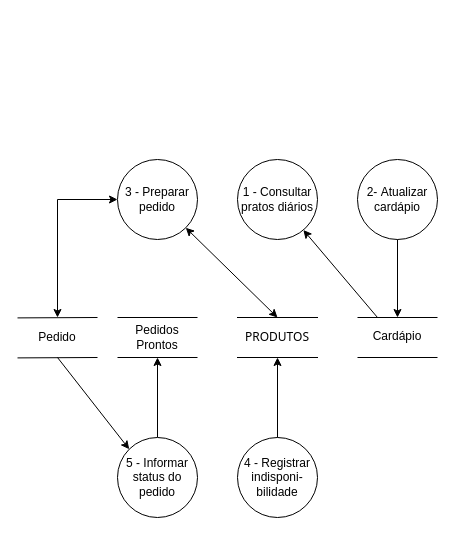
Above: docs/artefatos-15-23/COZINHA/DFD_COZINHA.drawio in Darienzo08/ope_ads (draw.io), before the change. Source tidied: cells renumbered, new cells numbered last; positions are measured from the earlier drawing's top-left corner, leaving out a move shared by most shapes. Both pictures are drawn from the tidied source at 100%, with x=0, y=0 at pixel (17, 159).
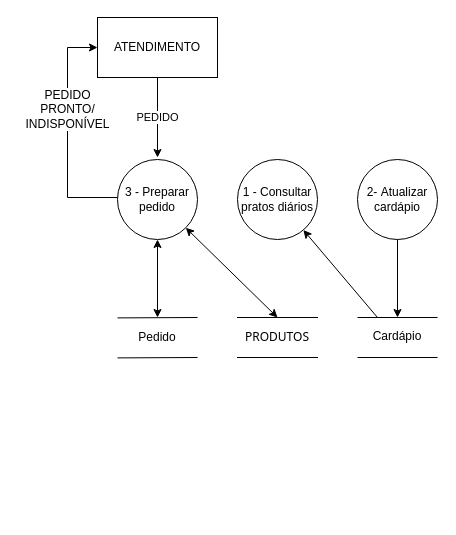
After the change.

Commit message (it also covers changes not shown here):
05.04.2020.financeiro-atendimento-cozinha

Unchanged cells that the change refers to:
```xml
<mxCell id="4" value="3 -&amp;nbsp;Preparar pedido" style="ellipse;whiteSpace=wrap;html=1;" parent="1" vertex="1">
  <mxGeometry x="100" width="80" height="80" as="geometry" />
</mxCell>
<mxCell id="13" value="PRODUTOS" style="shape=partialRectangle;whiteSpace=wrap;html=1;left=0;right=0;fillColor=none;strokeWidth=1;fontFamily=Tahoma;fontSize=12;" parent="1" vertex="1">
  <mxGeometry x="220" y="158" width="80" height="40" as="geometry" />
</mxCell>
```

The edit, as a diff of the source:
```diff
@@
-    <mxCell id="2" value="&lt;div&gt;4 - Registrar&lt;/div&gt;&lt;div&gt;indisponi-&lt;/div&gt;&lt;div&gt;bilidade&lt;br&gt;&lt;/div&gt;" style="ellipse;whiteSpace=wrap;html=1;" parent="1" vertex="1">
-      <mxGeometry x="220" y="278" width="80" height="80" as="geometry" />
-    </mxCell>
-    <mxCell id="3" style="edgeStyle=orthogonalEdgeStyle;rounded=0;jettySize=auto;html=1;endArrow=classic;endFill=1;endSize=6;fontSize=12;startArrow=classic;startFill=1;" parent="1" edge="1" source="4" target="19">
-      <mxGeometry relative="1" as="geometry" />
-    </mxCell>
+    <mxCell id="24" style="edgeStyle=orthogonalEdgeStyle;rounded=0;jettySize=auto;html=1;entryX=0;entryY=0.5;entryDx=0;entryDy=0;" parent="1" edge="1" source="4" target="27">
+      <mxGeometry relative="1" as="geometry">
+        <Array as="points">
+          <mxPoint x="50" y="38" />
+          <mxPoint x="50" y="-112" />
+        </Array>
+      </mxGeometry>
+    </mxCell>
+    <mxCell id="25" value="PEDIDO&lt;br&gt;PRONTO/&lt;br&gt;INDISPONÍVEL" style="text;html=1;align=center;verticalAlign=middle;labelBackgroundColor=#ffffff;" parent="24" vertex="1">
+      <mxGeometry x="0.21" y="1" relative="1" as="geometry" />
+    </mxCell>
@@
-    <mxCell id="7" style="edgeStyle=orthogonalEdgeStyle;rounded=0;jettySize=auto;html=1;startArrow=none;startFill=0;endArrow=classic;endFill=1;endSize=6;fontSize=12;" parent="1" edge="1" source="8">
-      <mxGeometry relative="1" as="geometry">
-        <mxPoint x="140" y="198" as="targetPoint" />
-      </mxGeometry>
-    </mxCell>
-    <mxCell id="8" value="5 -&amp;nbsp;Informar status do pedido" style="ellipse;whiteSpace=wrap;html=1;" parent="1" vertex="1">
-      <mxGeometry x="100" y="278" width="80" height="80" as="geometry" />
-    </mxCell>
-    <mxCell id="9" value="Pedidos Prontos" style="text;html=1;strokeColor=none;fillColor=none;align=center;verticalAlign=middle;whiteSpace=wrap;rounded=0;" parent="1" vertex="1">
-      <mxGeometry x="100" y="158" width="80" height="40" as="geometry" />
-    </mxCell>
-    <mxCell id="10" style="endArrow=none;html=1;exitX=0;exitY=0;exitDx=0;exitDy=0;" parent="1" edge="1">
-      <mxGeometry relative="1" as="geometry">
-        <mxPoint x="100" y="158" as="sourcePoint" />
-        <mxPoint x="180" y="158" as="targetPoint" />
-      </mxGeometry>
-    </mxCell>
-    <mxCell id="11" style="endArrow=none;html=1;exitX=0;exitY=1;exitDx=0;exitDy=0;" parent="1" edge="1">
-      <mxGeometry relative="1" as="geometry">
-        <mxPoint x="100" y="198" as="sourcePoint" />
-        <mxPoint x="180" y="198" as="targetPoint" />
-      </mxGeometry>
-    </mxCell>
-    <mxCell id="12" style="edgeStyle=orthogonalEdgeStyle;rounded=0;jettySize=auto;html=1;startArrow=none;startFill=0;endArrow=classic;endFill=1;endSize=6;fontSize=12;exitX=0.5;exitY=0;exitDx=0;exitDy=0;" parent="1" edge="1" source="2" target="13">
-      <mxGeometry relative="1" as="geometry" />
-    </mxCell>
@@
     <mxCell id="19" value="Pedido" style="text;html=1;strokeColor=none;fillColor=none;align=center;verticalAlign=middle;whiteSpace=wrap;rounded=0;" parent="1" vertex="1">
-      <mxGeometry y="158" width="80" height="40" as="geometry" />
+      <mxGeometry x="100" y="158" width="80" height="40" as="geometry" />
     </mxCell>
     <mxCell id="20" style="endArrow=none;html=1;exitX=0;exitY=0;exitDx=0;exitDy=0;" parent="1" edge="1">
       <mxGeometry relative="1" as="geometry">
-        <mxPoint y="158.4" as="sourcePoint" />
-        <mxPoint x="80" y="158" as="targetPoint" />
+        <mxPoint x="100" y="158.4" as="sourcePoint" />
+        <mxPoint x="180" y="158" as="targetPoint" />
       </mxGeometry>
     </mxCell>
     <mxCell id="21" style="endArrow=none;html=1;exitX=0;exitY=1;exitDx=0;exitDy=0;" parent="1" edge="1">
       <mxGeometry relative="1" as="geometry">
-        <mxPoint y="198.4" as="sourcePoint" />
-        <mxPoint x="80" y="198" as="targetPoint" />
+        <mxPoint x="100" y="198.4" as="sourcePoint" />
+        <mxPoint x="180" y="198" as="targetPoint" />
       </mxGeometry>
     </mxCell>
-    <mxCell id="22" style="endArrow=classic;html=1;fontSize=12;entryX=0;entryY=0;entryDx=0;entryDy=0;" parent="1" edge="1" target="8">
-      <mxGeometry relative="1" as="geometry">
-        <mxPoint x="40" y="198" as="sourcePoint" />
-      </mxGeometry>
-    </mxCell>
@@
+    <mxCell id="26" value="PEDIDO" style="edgeStyle=orthogonalEdgeStyle;rounded=0;jettySize=auto;html=1;" parent="1" edge="1" source="27">
+      <mxGeometry relative="1" as="geometry">
+        <mxPoint x="140" y="-2" as="targetPoint" />
+      </mxGeometry>
+    </mxCell>
+    <mxCell id="27" value="ATENDIMENTO" style="rounded=0;whiteSpace=wrap;html=1;" parent="1" vertex="1">
+      <mxGeometry x="80" y="-142" width="120" height="60" as="geometry" />
+    </mxCell>
+    <mxCell id="28" style="endArrow=classic;startArrow=classic;html=1;entryX=0.5;entryY=1;entryDx=0;entryDy=0;" parent="1" edge="1" target="4">
+      <mxGeometry relative="1" as="geometry">
+        <mxPoint x="140" y="158" as="sourcePoint" />
+      </mxGeometry>
+    </mxCell>
```
